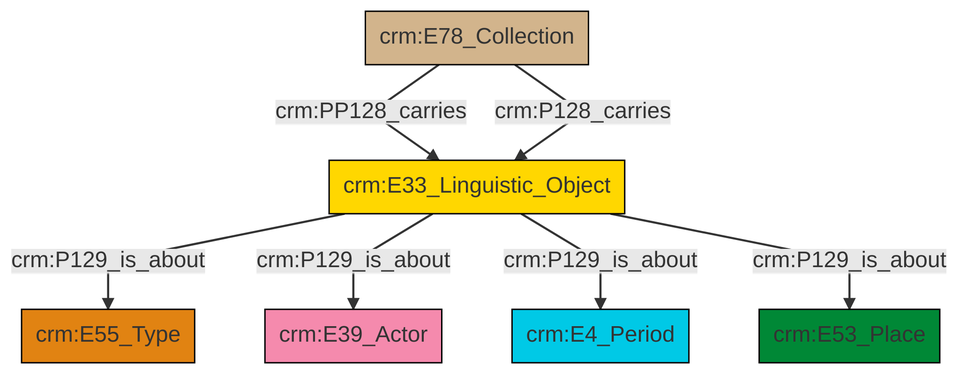
Before: et/archivalCSV/ttl/mmd/png/archival_aboutness.png, a diagram exported from Mermaid (swiss-art-research-net/docs.swissartresearch). Its source is kept beside it as et/archivalCSV/ttl/mmd/archival_aboutness.ttl.mmd.
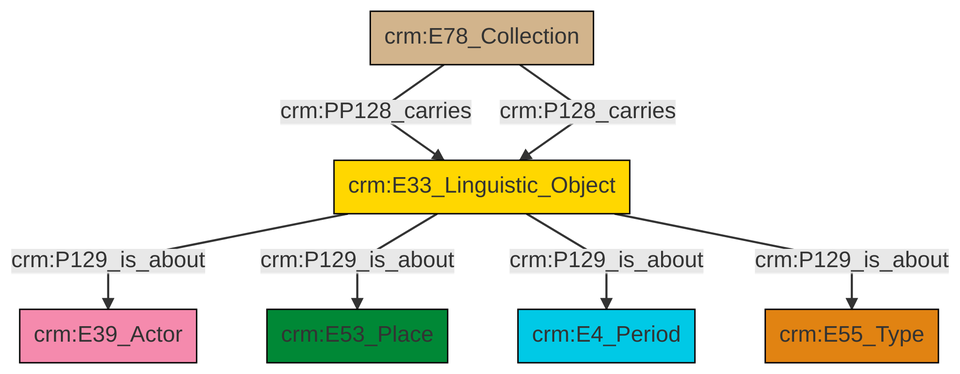
After the change.

The edit, as a diff of the source:
```diff
@@ -13,9 +13,9 @@
 classDef PC_Classes fill:#4ce600, stroke:#000000;
 classDef Multi fill:#cccccc,stroke:#000000;
 
-2["crm:E33_Linguistic_Object"]:::Conceptual_Object -->|crm:P129_is_about| 0["crm:E55_Type"]:::Type
-2["crm:E33_Linguistic_Object"]:::Conceptual_Object -->|crm:P129_is_about| 5["crm:E39_Actor"]:::Actor
-2["crm:E33_Linguistic_Object"]:::Conceptual_Object -->|crm:P129_is_about| 3["crm:E4_Period"]:::Temporal_Entity
-2["crm:E33_Linguistic_Object"]:::Conceptual_Object -->|crm:P129_is_about| 8["crm:E53_Place"]:::Place
-6["crm:E78_Collection"]:::Physical_Thing -->|crm:PP128_carries| 2["crm:E33_Linguistic_Object"]:::Conceptual_Object
-6["crm:E78_Collection"]:::Physical_Thing -->|crm:P128_carries| 2["crm:E33_Linguistic_Object"]:::Conceptual_Object
+0["crm:E33_Linguistic_Object"]:::Conceptual_Object -->|crm:P129_is_about| 1["crm:E39_Actor"]:::Actor
+0["crm:E33_Linguistic_Object"]:::Conceptual_Object -->|crm:P129_is_about| 4["crm:E53_Place"]:::Place
+0["crm:E33_Linguistic_Object"]:::Conceptual_Object -->|crm:P129_is_about| 2["crm:E4_Period"]:::Temporal_Entity
+6["crm:E78_Collection"]:::Physical_Thing -->|crm:PP128_carries| 0["crm:E33_Linguistic_Object"]:::Conceptual_Object
+0["crm:E33_Linguistic_Object"]:::Conceptual_Object -->|crm:P129_is_about| 8["crm:E55_Type"]:::Type
+6["crm:E78_Collection"]:::Physical_Thing -->|crm:P128_carries| 0["crm:E33_Linguistic_Object"]:::Conceptual_Object
```
